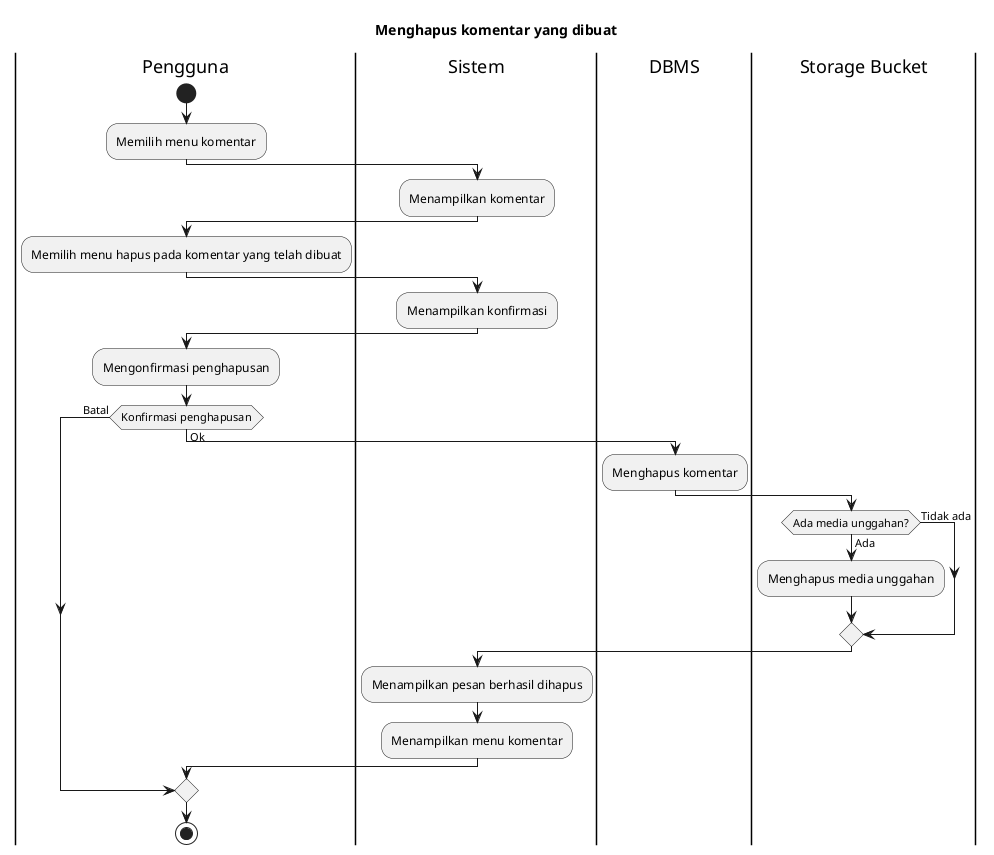
This is export/Activity Diagrams/UC-MAP - Peta Bencana/UC-MAP-014 - Menghapus komentar yang dibuat.png from bagusNA/appl-diagrams, a PlantUML export, as it was before one commit. The source it was exported from:
```plantuml
@startuml
title Menghapus komentar yang dibuat

|Pengguna|
start
:Memilih menu komentar;

|Sistem|
:Menampilkan komentar;

|Pengguna|
:Memilih menu hapus pada komentar yang telah dibuat;

|Sistem|
:Menampilkan konfirmasi;

|Pengguna|
:Mengonfirmasi penghapusan;

if (Konfirmasi penghapusan) then (Ok)
  |DBMS|
  :Menghapus komentar;

  |Storage Bucket|
  if (Ada media unggahan?) then (Tidak ada)
  else (Ada)
  :Menghapus media unggahan;
  endif

  |Sistem|
  :Menampilkan pesan berhasil dihapus;
  :Menampilkan menu komentar;
else (Batal)
endif

|Pengguna|
stop
@enduml
```
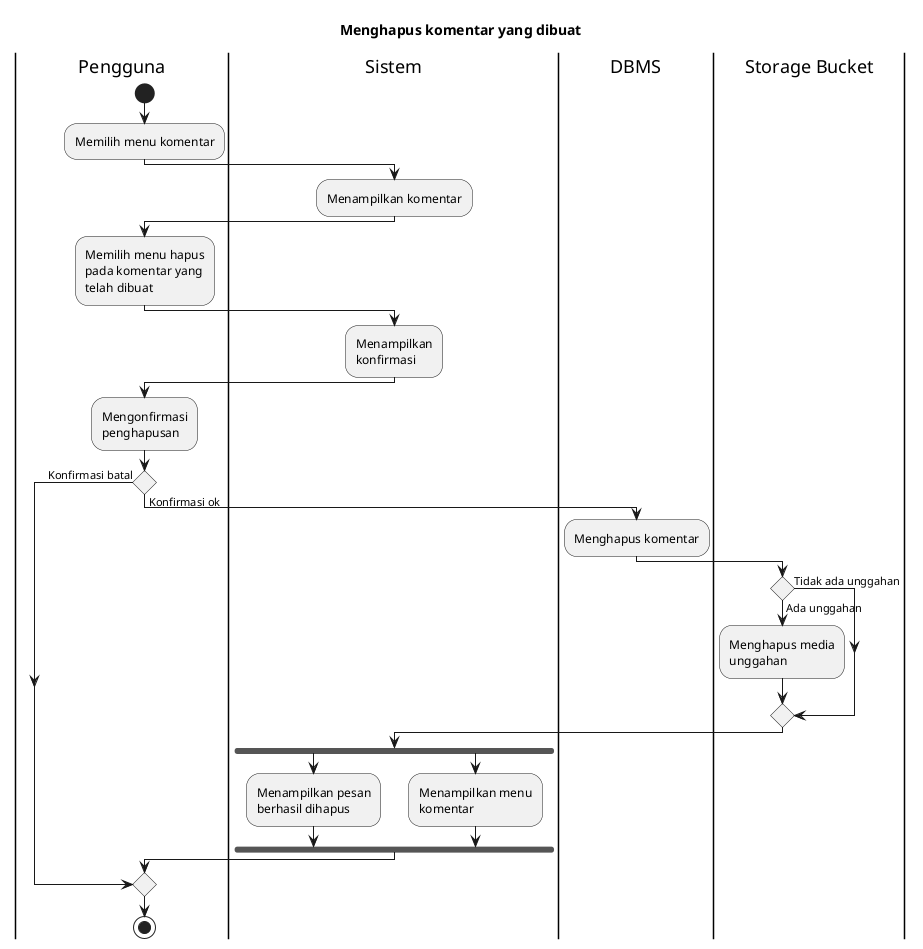
The same file after the commit.

Change to the diagram source:
```diff
@@ -1,4 +1,6 @@
 @startuml
+skinparam wrapWidth 140
+
 title Menghapus komentar yang dibuat
 
 |Pengguna|
@@ -17,20 +19,23 @@
 |Pengguna|
 :Mengonfirmasi penghapusan;
 
-if (Konfirmasi penghapusan) then (Ok)
+if () then (Konfirmasi ok)
   |DBMS|
   :Menghapus komentar;
 
   |Storage Bucket|
-  if (Ada media unggahan?) then (Tidak ada)
-  else (Ada)
+  if () then (Tidak ada unggahan)
+  else (Ada unggahan)
   :Menghapus media unggahan;
   endif
 
   |Sistem|
-  :Menampilkan pesan berhasil dihapus;
-  :Menampilkan menu komentar;
-else (Batal)
+  fork
+    :Menampilkan pesan berhasil dihapus;
+  fork again
+    :Menampilkan menu komentar;
+  endfork
+else (Konfirmasi batal)
 endif
 
 |Pengguna|
```
